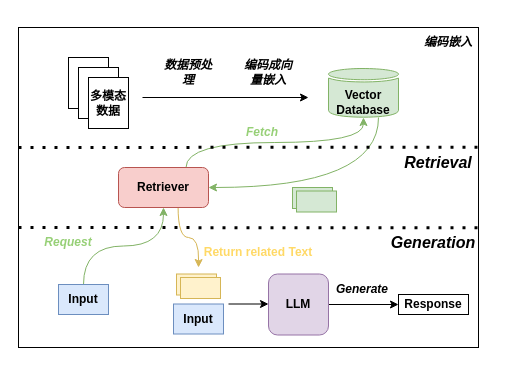
This is assets/多模态RAG.drawio from ShizhongP/dl-notes, a draw.io file, before an edit. Source tidied: cells renumbered, new cells numbered last; positions are measured from the earlier drawing's top-left corner, leaving out a move shared by most shapes. Both pictures are drawn from the tidied source at 100%, with x=0, y=0 at pixel (18, 27).
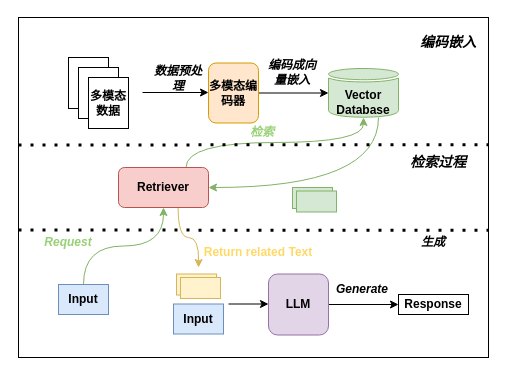
The same page after the edit.

Commit message (it also covers changes not shown here):
更新多模态RAG.drawio

The change refers to these unchanged cells:
```xml
<mxCell id="3" style="sketch=0;shadow=0;dashed=0;html=1;strokeColor=#82b366;labelPosition=center;verticalLabelPosition=bottom;verticalAlign=top;outlineConnect=0;align=center;shape=mxgraph.office.databases.database;fillColor=#d5e8d4;" parent="1" vertex="1">
  <mxGeometry x="310" y="41" width="70" height="49" as="geometry" />
</mxCell>
```

Diff of the diagram source:
```diff
@@
     <mxCell id="2" style="rounded=0;whiteSpace=wrap;html=1;" parent="1" vertex="1">
-      <mxGeometry width="460" height="320" as="geometry" />
+      <mxGeometry y="-10" width="470" height="340" as="geometry" />
     </mxCell>
@@
     <mxCell id="10" style="endArrow=classic;html=1;rounded=0;" parent="1" edge="1">
       <mxGeometry relative="1" as="geometry">
-        <mxPoint x="124" y="70" as="sourcePoint" />
-        <mxPoint x="290" y="70" as="targetPoint" />
+        <mxPoint x="124" y="65" as="sourcePoint" />
+        <mxPoint x="190" y="65" as="targetPoint" />
       </mxGeometry>
     </mxCell>
     <mxCell id="11" value="&lt;b&gt;&lt;i&gt;数据预处理&lt;/i&gt;&lt;/b&gt;" style="text;html=1;align=center;verticalAlign=middle;whiteSpace=wrap;rounded=0;" parent="1" vertex="1">
-      <mxGeometry x="140" y="30" width="60" height="30" as="geometry" />
+      <mxGeometry x="130" y="35.5" width="60" height="30" as="geometry" />
     </mxCell>
     <mxCell id="12" value="&lt;b&gt;&lt;i&gt;编码成向量嵌入&lt;/i&gt;&lt;/b&gt;" style="text;html=1;align=center;verticalAlign=middle;whiteSpace=wrap;rounded=0;" parent="1" vertex="1">
-      <mxGeometry x="220" y="30" width="60" height="30" as="geometry" />
+      <mxGeometry x="244" y="30" width="60" height="30" as="geometry" />
     </mxCell>
@@
-    <mxCell id="29" value="&lt;b&gt;&lt;i&gt;&lt;font color=&quot;#97d077&quot;&gt;Fetch&lt;/font&gt;&lt;/i&gt;&lt;/b&gt;" style="text;html=1;align=center;verticalAlign=middle;whiteSpace=wrap;rounded=0;" parent="1" vertex="1">
+    <mxCell id="29" value="&lt;font color=&quot;#97d077&quot;&gt;&lt;b&gt;&lt;i&gt;检索&lt;/i&gt;&lt;/b&gt;&lt;/font&gt;" style="text;html=1;align=center;verticalAlign=middle;whiteSpace=wrap;rounded=0;" parent="1" vertex="1">
       <mxGeometry x="214" y="90" width="60" height="30" as="geometry" />
     </mxCell>
@@
-    <mxCell id="33" value="&lt;b&gt;&lt;i&gt;编码嵌入&lt;/i&gt;&lt;/b&gt;" style="text;html=1;align=center;verticalAlign=middle;whiteSpace=wrap;rounded=0;" parent="1" vertex="1">
+    <mxCell id="33" value="&lt;font style=&quot;font-size: 14px;&quot;&gt;&lt;b&gt;&lt;i&gt;编码嵌入&lt;/i&gt;&lt;/b&gt;&lt;/font&gt;" style="text;html=1;align=center;verticalAlign=middle;whiteSpace=wrap;rounded=0;" parent="1" vertex="1">
       <mxGeometry x="400" width="60" height="30" as="geometry" />
     </mxCell>
-    <mxCell id="34" value="&lt;b&gt;&lt;i&gt;&lt;font style=&quot;font-size: 16px;&quot;&gt;Retrieval&lt;/font&gt;&lt;/i&gt;&lt;/b&gt;" style="text;html=1;align=center;verticalAlign=middle;whiteSpace=wrap;rounded=0;" parent="1" vertex="1">
+    <mxCell id="34" value="&lt;font style=&quot;font-size: 14px;&quot;&gt;&lt;b&gt;&lt;i&gt;检索过程&lt;/i&gt;&lt;/b&gt;&lt;/font&gt;" style="text;html=1;align=center;verticalAlign=middle;whiteSpace=wrap;rounded=0;" parent="1" vertex="1">
       <mxGeometry x="390" y="120" width="60" height="30" as="geometry" />
     </mxCell>
-    <mxCell id="35" value="&lt;b&gt;&lt;i&gt;&lt;font style=&quot;font-size: 16px;&quot;&gt;Generation&lt;/font&gt;&lt;/i&gt;&lt;/b&gt;" style="text;html=1;align=center;verticalAlign=middle;whiteSpace=wrap;rounded=0;" parent="1" vertex="1">
+    <mxCell id="35" value="&lt;b&gt;&lt;i&gt;生成&lt;/i&gt;&lt;/b&gt;" style="text;html=1;align=center;verticalAlign=middle;whiteSpace=wrap;rounded=0;" parent="1" vertex="1">
       <mxGeometry x="380" y="200" width="70" height="30" as="geometry" />
     </mxCell>
+    <mxCell id="36" style="edgeStyle=orthogonalEdgeStyle;rounded=0;jettySize=auto;html=1;exitX=1;exitY=0.5;exitDx=0;exitDy=0;" parent="1" edge="1" source="37" target="3">
+      <mxGeometry relative="1" as="geometry" />
+    </mxCell>
+    <mxCell id="37" value="&lt;b&gt;多模态编码器&lt;/b&gt;" style="rounded=1;whiteSpace=wrap;html=1;fillColor=#ffe6cc;strokeColor=#d79b00;" parent="1" vertex="1">
+      <mxGeometry x="190" y="35.5" width="50" height="60" as="geometry" />
+    </mxCell>
```
